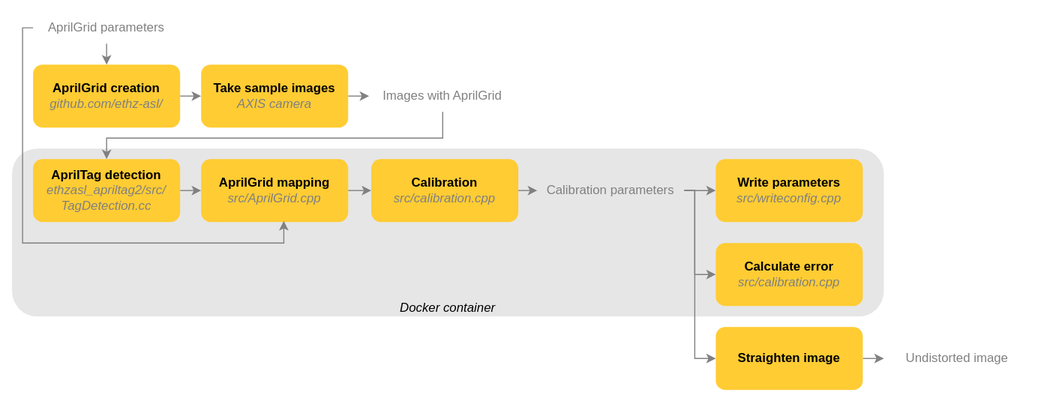
Earlier version of the draw.io export camera-calibration/data/calibration_diagram.svg (AxisCommunications/acap-sdk-tools). Source tidied: cells renumbered, new cells last; positions are measured from the earlier drawing's top-left corner, leaving out a move shared by most shapes. The source it was exported from:
```xml
<mxGraphModel>
  <root>
    <mxCell id="0" />
    <mxCell id="1" parent="0" />
    <mxCell id="2" value="&lt;i&gt;&lt;br&gt;&lt;br&gt;&lt;br&gt;&lt;br&gt;&lt;br&gt;&lt;br&gt;&lt;br&gt;&lt;br&gt;&lt;br&gt;&lt;br&gt;Docker container&lt;/i&gt;" style="rounded=1;whiteSpace=wrap;html=1;strokeColor=none;strokeWidth=3;fillColor=#E6E6E6;" parent="1" vertex="1">
      <mxGeometry y="130" width="830" height="160" as="geometry" />
    </mxCell>
    <mxCell id="3" style="edgeStyle=orthogonalEdgeStyle;rounded=0;jettySize=auto;html=1;exitX=1;exitY=0.5;exitDx=0;exitDy=0;entryX=0;entryY=0.5;entryDx=0;entryDy=0;fontColor=#808080;strokeColor=#808080;" parent="1" edge="1" source="4" target="17">
      <mxGeometry relative="1" as="geometry" />
    </mxCell>
    <mxCell id="4" value="&lt;b&gt;Calibration&lt;br&gt;&lt;/b&gt;&lt;i&gt;&lt;font color=&quot;#808080&quot;&gt;src/calibration.cpp&lt;/font&gt;&lt;/i&gt;&lt;b&gt;&lt;br&gt;&lt;/b&gt;" style="rounded=1;whiteSpace=wrap;html=1;fillColor=#FFCC33;strokeColor=none;align=center;" parent="1" vertex="1">
      <mxGeometry x="342" y="140" width="140" height="60" as="geometry" />
    </mxCell>
    <mxCell id="5" style="edgeStyle=orthogonalEdgeStyle;rounded=0;jettySize=auto;html=1;exitX=1;exitY=0.5;exitDx=0;exitDy=0;entryX=0;entryY=0.5;entryDx=0;entryDy=0;fontColor=#808080;strokeColor=#808080;" parent="1" edge="1" source="6" target="12">
      <mxGeometry relative="1" as="geometry" />
    </mxCell>
    <mxCell id="6" value="&lt;b&gt;AprilTag detection&lt;/b&gt;&lt;br&gt;&lt;i&gt;&lt;font color=&quot;#808080&quot;&gt;ethzasl_apriltag2/src/&lt;br&gt;TagDetection.cc&lt;/font&gt;&lt;/i&gt;" style="rounded=1;whiteSpace=wrap;html=1;fillColor=#FFCC33;strokeColor=none;align=center;" parent="1" vertex="1">
      <mxGeometry x="20" y="140" width="140" height="60" as="geometry" />
    </mxCell>
    <mxCell id="7" style="edgeStyle=orthogonalEdgeStyle;rounded=0;jettySize=auto;html=1;exitX=1;exitY=0.5;exitDx=0;exitDy=0;entryX=0;entryY=0.5;entryDx=0;entryDy=0;fontColor=#808080;strokeColor=#808080;" parent="1" edge="1" source="8" target="21">
      <mxGeometry relative="1" as="geometry" />
    </mxCell>
    <mxCell id="8" value="&lt;b&gt;AprilGrid creation&lt;br&gt;&lt;/b&gt;&lt;i&gt;&lt;font color=&quot;#808080&quot;&gt;github.com/ethz-asl/&lt;/font&gt;&lt;/i&gt;" style="rounded=1;whiteSpace=wrap;html=1;fillColor=#FFCC33;strokeColor=none;align=center;" parent="1" vertex="1">
      <mxGeometry x="20" y="50" width="140" height="60" as="geometry" />
    </mxCell>
    <mxCell id="9" style="edgeStyle=orthogonalEdgeStyle;rounded=0;jettySize=auto;html=1;exitX=0.5;exitY=1;exitDx=0;exitDy=0;entryX=0.5;entryY=0;entryDx=0;entryDy=0;fontColor=#808080;strokeColor=#808080;" parent="1" edge="1" source="10" target="6">
      <mxGeometry relative="1" as="geometry">
        <Array as="points">
          <mxPoint x="410" y="120" />
          <mxPoint x="90" y="120" />
        </Array>
      </mxGeometry>
    </mxCell>
    <mxCell id="10" value="Images with AprilGrid" style="rounded=1;whiteSpace=wrap;html=1;fillColor=none;strokeColor=none;strokeWidth=3;align=center;fontColor=#808080;fontStyle=0;" parent="1" vertex="1">
      <mxGeometry x="340" y="65" width="140" height="30" as="geometry" />
    </mxCell>
    <mxCell id="11" style="edgeStyle=orthogonalEdgeStyle;rounded=0;jettySize=auto;html=1;exitX=1;exitY=0.5;exitDx=0;exitDy=0;entryX=0;entryY=0.5;entryDx=0;entryDy=0;fontColor=#808080;strokeColor=#808080;" parent="1" edge="1" source="12" target="4">
      <mxGeometry relative="1" as="geometry" />
    </mxCell>
    <mxCell id="12" value="&lt;b&gt;AprilGrid mapping&lt;br&gt;&lt;/b&gt;&lt;font color=&quot;#808080&quot;&gt;&lt;span style=&quot;caret-color: rgb(128, 128, 128);&quot;&gt;&lt;i&gt;src/AprilGrid.cpp&lt;/i&gt;&lt;/span&gt;&lt;/font&gt;" style="rounded=1;whiteSpace=wrap;html=1;fillColor=#FFCC33;strokeColor=none;align=center;" parent="1" vertex="1">
      <mxGeometry x="180" y="140" width="140" height="60" as="geometry" />
    </mxCell>
    <mxCell id="13" value="&lt;b&gt;Write parameters&lt;br&gt;&lt;/b&gt;&lt;i style=&quot;caret-color: rgb(128, 128, 128); color: rgb(128, 128, 128);&quot;&gt;src/writeconfig.cpp&lt;/i&gt;" style="rounded=1;whiteSpace=wrap;html=1;fillColor=#FFCC33;strokeColor=none;align=center;" parent="1" vertex="1">
      <mxGeometry x="670" y="140" width="140" height="60" as="geometry" />
    </mxCell>
    <mxCell id="14" style="edgeStyle=orthogonalEdgeStyle;rounded=0;jettySize=auto;html=1;exitX=1;exitY=0.5;exitDx=0;exitDy=0;entryX=0;entryY=0.5;entryDx=0;entryDy=0;fontColor=#808080;strokeColor=#808080;" parent="1" edge="1" source="17" target="13">
      <mxGeometry relative="1" as="geometry" />
    </mxCell>
    <mxCell id="15" style="edgeStyle=orthogonalEdgeStyle;rounded=0;jettySize=auto;html=1;exitX=1;exitY=0.5;exitDx=0;exitDy=0;entryX=0;entryY=0.5;entryDx=0;entryDy=0;fontColor=#808080;strokeColor=#808080;" parent="1" edge="1" source="17" target="23">
      <mxGeometry relative="1" as="geometry">
        <Array as="points">
          <mxPoint x="650" y="170" />
          <mxPoint x="650" y="250" />
        </Array>
      </mxGeometry>
    </mxCell>
    <mxCell id="16" style="edgeStyle=orthogonalEdgeStyle;rounded=0;jettySize=auto;html=1;exitX=1;exitY=0.5;exitDx=0;exitDy=0;entryX=0;entryY=0.5;entryDx=0;entryDy=0;fontColor=#808080;strokeColor=#808080;" parent="1" edge="1" source="17" target="19">
      <mxGeometry relative="1" as="geometry">
        <Array as="points">
          <mxPoint x="650" y="170" />
          <mxPoint x="650" y="330" />
        </Array>
      </mxGeometry>
    </mxCell>
    <mxCell id="17" value="Calibration parameters" style="rounded=1;whiteSpace=wrap;html=1;fillColor=none;strokeColor=none;strokeWidth=3;align=center;fontColor=#808080;fontStyle=0;" parent="1" vertex="1">
      <mxGeometry x="500" y="155" width="140" height="30" as="geometry" />
    </mxCell>
    <mxCell id="18" style="edgeStyle=orthogonalEdgeStyle;rounded=0;jettySize=auto;html=1;exitX=1;exitY=0.5;exitDx=0;exitDy=0;entryX=0;entryY=0.5;entryDx=0;entryDy=0;fontColor=#808080;strokeColor=#808080;" parent="1" edge="1" source="19" target="22">
      <mxGeometry relative="1" as="geometry" />
    </mxCell>
    <mxCell id="19" value="&lt;b&gt;Straighten image&lt;/b&gt;" style="rounded=1;whiteSpace=wrap;html=1;fillColor=#FFCC33;strokeColor=none;align=center;" parent="1" vertex="1">
      <mxGeometry x="670" y="300" width="140" height="60" as="geometry" />
    </mxCell>
    <mxCell id="20" style="edgeStyle=orthogonalEdgeStyle;rounded=0;jettySize=auto;html=1;exitX=1;exitY=0.5;exitDx=0;exitDy=0;entryX=0;entryY=0.5;entryDx=0;entryDy=0;fontColor=#808080;strokeColor=#808080;" parent="1" edge="1" source="21" target="10">
      <mxGeometry relative="1" as="geometry" />
    </mxCell>
    <mxCell id="21" value="&lt;b&gt;Take sample images&lt;br&gt;&lt;/b&gt;&lt;i&gt;&lt;font color=&quot;#808080&quot;&gt;AXIS camera&lt;/font&gt;&lt;/i&gt;" style="rounded=1;whiteSpace=wrap;html=1;fillColor=#FFCC33;strokeColor=none;align=center;" parent="1" vertex="1">
      <mxGeometry x="180" y="50" width="140" height="60" as="geometry" />
    </mxCell>
    <mxCell id="22" value="Undistorted image" style="rounded=1;whiteSpace=wrap;html=1;fillColor=none;strokeColor=none;strokeWidth=3;align=center;fontColor=#808080;fontStyle=0;" parent="1" vertex="1">
      <mxGeometry x="830" y="315" width="140" height="30" as="geometry" />
    </mxCell>
    <mxCell id="23" value="&lt;b&gt;Calculate error&lt;br&gt;&lt;/b&gt;&lt;i&gt;&lt;font color=&quot;#808080&quot;&gt;src/calibration.cpp&lt;/font&gt;&lt;/i&gt;&lt;b&gt;&lt;br&gt;&lt;/b&gt;" style="rounded=1;whiteSpace=wrap;html=1;fillColor=#FFCC33;strokeColor=none;align=center;" parent="1" vertex="1">
      <mxGeometry x="670" y="220" width="140" height="60" as="geometry" />
    </mxCell>
    <mxCell id="24" style="edgeStyle=orthogonalEdgeStyle;rounded=0;jettySize=auto;html=1;exitX=0.5;exitY=1;exitDx=0;exitDy=0;entryX=0.5;entryY=0;entryDx=0;entryDy=0;fontColor=#808080;strokeColor=#808080;" parent="1" edge="1" source="26" target="8">
      <mxGeometry relative="1" as="geometry" />
    </mxCell>
    <mxCell id="25" style="edgeStyle=orthogonalEdgeStyle;rounded=0;jettySize=auto;html=1;exitX=0;exitY=0.5;exitDx=0;exitDy=0;entryX=0.562;entryY=0.984;entryDx=0;entryDy=0;entryPerimeter=0;fontColor=#808080;strokeColor=#808080;" parent="1" edge="1" source="26" target="12">
      <mxGeometry relative="1" as="geometry">
        <Array as="points">
          <mxPoint x="10" y="15" />
          <mxPoint x="10" y="220" />
          <mxPoint x="259" y="220" />
        </Array>
      </mxGeometry>
    </mxCell>
    <mxCell id="26" value="AprilGrid parameters" style="rounded=1;whiteSpace=wrap;html=1;fillColor=none;strokeColor=none;strokeWidth=3;align=center;fontColor=#808080;fontStyle=0;" parent="1" vertex="1">
      <mxGeometry x="20" width="140" height="30" as="geometry" />
    </mxCell>
  </root>
</mxGraphModel>
```
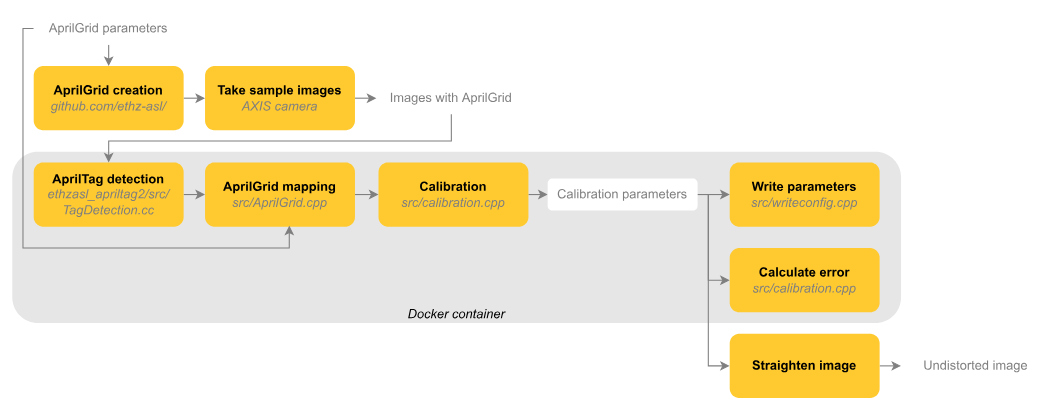
The same file after the commit.

Diff of the diagram source:
```diff
@@ -31,7 +31,7 @@
         </Array>
       </mxGeometry>
     </mxCell>
-    <mxCell id="10" value="Images with AprilGrid" style="rounded=1;whiteSpace=wrap;html=1;fillColor=none;strokeColor=none;strokeWidth=3;align=center;fontColor=#808080;fontStyle=0;" parent="1" vertex="1">
+    <mxCell id="10" value="Images with AprilGrid" style="rounded=1;whiteSpace=wrap;html=1;strokeWidth=3;align=center;fontStyle=0;fillColor=#FFFFFF;strokeColor=none;fontColor=#808080;" parent="1" vertex="1">
       <mxGeometry x="340" y="65" width="140" height="30" as="geometry" />
     </mxCell>
     <mxCell id="11" style="edgeStyle=orthogonalEdgeStyle;rounded=0;jettySize=auto;html=1;exitX=1;exitY=0.5;exitDx=0;exitDy=0;entryX=0;entryY=0.5;entryDx=0;entryDy=0;fontColor=#808080;strokeColor=#808080;" parent="1" edge="1" source="12" target="4">
@@ -62,7 +62,7 @@
         </Array>
       </mxGeometry>
     </mxCell>
-    <mxCell id="17" value="Calibration parameters" style="rounded=1;whiteSpace=wrap;html=1;fillColor=none;strokeColor=none;strokeWidth=3;align=center;fontColor=#808080;fontStyle=0;" parent="1" vertex="1">
+    <mxCell id="17" value="Calibration parameters" style="rounded=1;whiteSpace=wrap;html=1;fillColor=#FFFFFF;strokeColor=none;strokeWidth=3;align=center;fontColor=#808080;fontStyle=0;" parent="1" vertex="1">
       <mxGeometry x="500" y="155" width="140" height="30" as="geometry" />
     </mxCell>
     <mxCell id="18" style="edgeStyle=orthogonalEdgeStyle;rounded=0;jettySize=auto;html=1;exitX=1;exitY=0.5;exitDx=0;exitDy=0;entryX=0;entryY=0.5;entryDx=0;entryDy=0;fontColor=#808080;strokeColor=#808080;" parent="1" edge="1" source="19" target="22">
@@ -77,7 +77,7 @@
     <mxCell id="21" value="&lt;b&gt;Take sample images&lt;br&gt;&lt;/b&gt;&lt;i&gt;&lt;font color=&quot;#808080&quot;&gt;AXIS camera&lt;/font&gt;&lt;/i&gt;" style="rounded=1;whiteSpace=wrap;html=1;fillColor=#FFCC33;strokeColor=none;align=center;" parent="1" vertex="1">
       <mxGeometry x="180" y="50" width="140" height="60" as="geometry" />
     </mxCell>
-    <mxCell id="22" value="Undistorted image" style="rounded=1;whiteSpace=wrap;html=1;fillColor=none;strokeColor=none;strokeWidth=3;align=center;fontColor=#808080;fontStyle=0;" parent="1" vertex="1">
+    <mxCell id="22" value="Undistorted image" style="rounded=1;whiteSpace=wrap;html=1;strokeWidth=3;align=center;fontStyle=0;fillColor=#FFFFFF;strokeColor=none;fontColor=#808080;" parent="1" vertex="1">
       <mxGeometry x="830" y="315" width="140" height="30" as="geometry" />
     </mxCell>
     <mxCell id="23" value="&lt;b&gt;Calculate error&lt;br&gt;&lt;/b&gt;&lt;i&gt;&lt;font color=&quot;#808080&quot;&gt;src/calibration.cpp&lt;/font&gt;&lt;/i&gt;&lt;b&gt;&lt;br&gt;&lt;/b&gt;" style="rounded=1;whiteSpace=wrap;html=1;fillColor=#FFCC33;strokeColor=none;align=center;" parent="1" vertex="1">
@@ -95,7 +95,7 @@
         </Array>
       </mxGeometry>
     </mxCell>
-    <mxCell id="26" value="AprilGrid parameters" style="rounded=1;whiteSpace=wrap;html=1;fillColor=none;strokeColor=none;strokeWidth=3;align=center;fontColor=#808080;fontStyle=0;" parent="1" vertex="1">
+    <mxCell id="26" value="AprilGrid parameters" style="rounded=1;whiteSpace=wrap;html=1;strokeWidth=3;align=center;fontStyle=0;fillColor=#FFFFFF;strokeColor=none;fontColor=#808080;" parent="1" vertex="1">
       <mxGeometry x="20" width="140" height="30" as="geometry" />
     </mxCell>
   </root>
```
